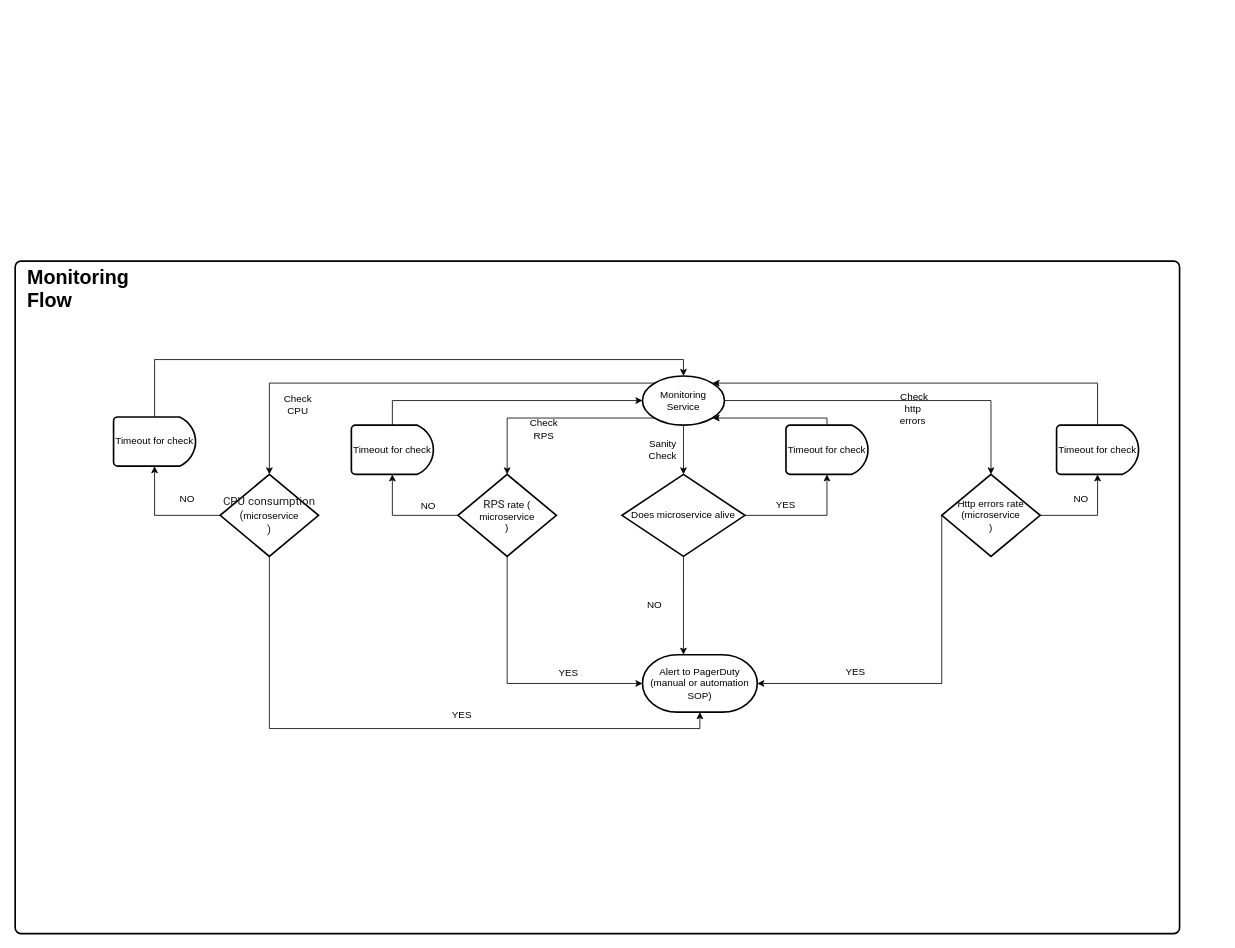
Before: flowchart_to_monitor.drawio in asheptc/t, a draw.io diagram. Source tidied: cells renumbered, new cells numbered last; positions are measured from the earlier drawing's top-left corner, leaving out a move shared by most shapes. Both pictures are drawn from the tidied source at 82%, with x=0, y=0 at pixel (15, 261).
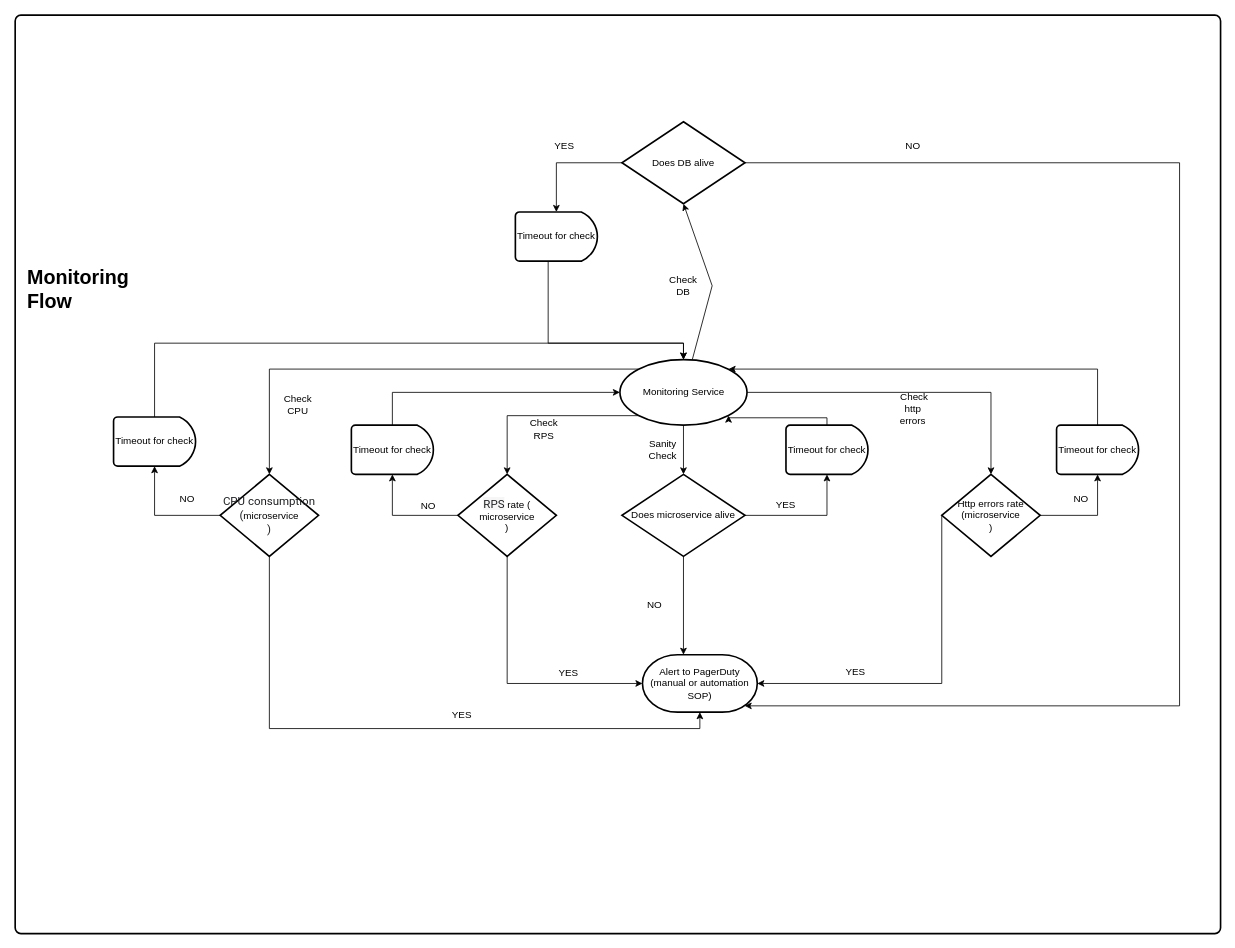
The same diagram, later.

Unchanged cells that the change refers to:
```xml
<mxCell id="15" value="Alert to PagerDuty (manual or automation SOP)" style="strokeWidth=2;html=1;shape=mxgraph.flowchart.terminator;whiteSpace=wrap;" parent="1" vertex="1">
  <mxGeometry x="765" y="480" width="140" height="70" as="geometry" />
</mxCell>
```

Change to the diagram source:
```diff
@@
     <mxCell id="2" style="rounded=1;whiteSpace=wrap;html=1;absoluteArcSize=1;arcSize=14;strokeWidth=2;" parent="1" vertex="1">
-      <mxGeometry width="1420" height="820" as="geometry" />
+      <mxGeometry y="-300" width="1470" height="1120" as="geometry" />
     </mxCell>
@@
     <mxCell id="10" value="Monitoring Service" style="strokeWidth=2;html=1;shape=mxgraph.flowchart.start_1;whiteSpace=wrap;" parent="1" vertex="1">
-      <mxGeometry x="765" y="140" width="100" height="60" as="geometry" />
+      <mxGeometry x="737.5" y="120" width="155" height="80" as="geometry" />
     </mxCell>
@@
+    <mxCell id="42" style="edgeStyle=orthogonalEdgeStyle;rounded=0;jettySize=auto;html=1;exitX=0;exitY=0.5;exitDx=0;exitDy=0;exitPerimeter=0;entryX=0.5;entryY=0;entryDx=0;entryDy=0;entryPerimeter=0;" parent="1" edge="1" source="44" target="46">
+      <mxGeometry relative="1" as="geometry" />
+    </mxCell>
+    <mxCell id="43" style="edgeStyle=orthogonalEdgeStyle;rounded=0;jettySize=auto;html=1;exitX=1;exitY=0.5;exitDx=0;exitDy=0;exitPerimeter=0;entryX=0.89;entryY=0.89;entryDx=0;entryDy=0;entryPerimeter=0;" parent="1" edge="1" source="44" target="15">
+      <mxGeometry relative="1" as="geometry">
+        <Array as="points">
+          <mxPoint x="1420" y="-120" />
+          <mxPoint x="1420" y="542" />
+        </Array>
+      </mxGeometry>
+    </mxCell>
+    <mxCell id="44" value="Does DB alive" style="strokeWidth=2;html=1;shape=mxgraph.flowchart.decision;whiteSpace=wrap;" parent="1" vertex="1">
+      <mxGeometry x="740" y="-170" width="150" height="100" as="geometry" />
+    </mxCell>
+    <mxCell id="45" style="edgeStyle=orthogonalEdgeStyle;rounded=0;jettySize=auto;html=1;exitX=0.4;exitY=1;exitDx=0;exitDy=0;exitPerimeter=0;" parent="1" edge="1" source="46">
+      <mxGeometry relative="1" as="geometry">
+        <mxPoint x="815" y="120" as="targetPoint" />
+        <Array as="points">
+          <mxPoint x="650" y="100" />
+          <mxPoint x="815" y="100" />
+        </Array>
+      </mxGeometry>
+    </mxCell>
+    <mxCell id="46" value="Timeout for check" style="strokeWidth=2;html=1;shape=mxgraph.flowchart.delay;whiteSpace=wrap;" parent="1" vertex="1">
+      <mxGeometry x="610" y="-60" width="100" height="60" as="geometry" />
+    </mxCell>
+    <mxCell id="47" style="endArrow=classic;html=1;rounded=0;entryX=0.5;entryY=1;entryDx=0;entryDy=0;entryPerimeter=0;" parent="1" edge="1" source="10" target="44">
+      <mxGeometry relative="1" as="geometry">
+        <Array as="points">
+          <mxPoint x="850" y="30" />
+        </Array>
+      </mxGeometry>
+    </mxCell>
+    <mxCell id="48" value="YES" style="text;html=1;strokeColor=none;fillColor=none;align=center;verticalAlign=middle;whiteSpace=wrap;rounded=0;" parent="1" vertex="1">
+      <mxGeometry x="640" y="-160" width="60" height="40" as="geometry" />
+    </mxCell>
+    <mxCell id="49" value="NO" style="text;html=1;strokeColor=none;fillColor=none;align=center;verticalAlign=middle;whiteSpace=wrap;rounded=0;" parent="1" vertex="1">
+      <mxGeometry x="1065" y="-160" width="60" height="40" as="geometry" />
+    </mxCell>
+    <mxCell id="50" value="Check DB" style="text;html=1;strokeColor=none;fillColor=none;align=center;verticalAlign=middle;whiteSpace=wrap;rounded=0;" parent="1" vertex="1">
+      <mxGeometry x="790" y="10" width="50" height="40" as="geometry" />
+    </mxCell>
```
